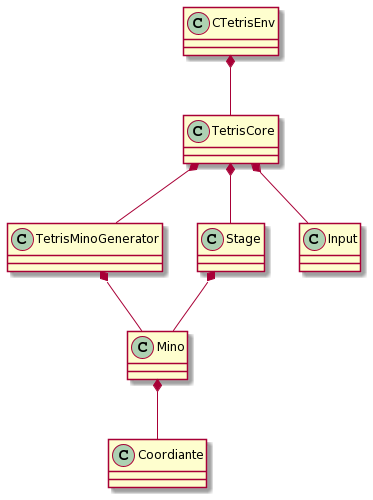
Above: DesignDoc/logic.png in Kensho14/SK2_swing (PlantUML), before the change.
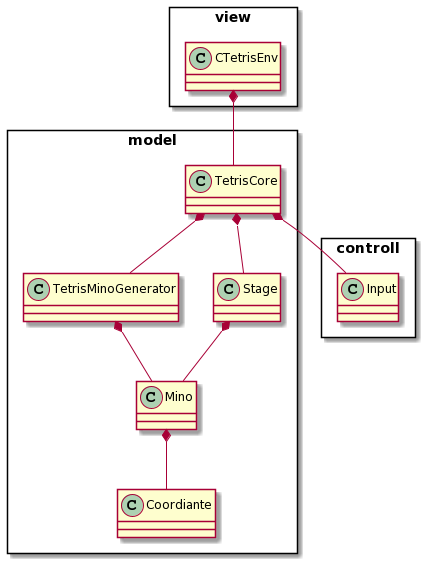
The same file after the commit.

The edit, as a diff of the source:
```diff
@@ -1,11 +1,17 @@
 @startuml
+package view <<Rectangle>> {
 class CTetrisEnv
+}
+package model <<Rectangle>> {
 class TetrisCore
 class Mino
 class TetrisMinoGenerator
 class Stage
 class Coordiante
+}
+package controll <<Rectangle>> {
 class Input
+}
 
 CTetrisEnv *-- TetrisCore
 TetrisCore *-- Stage
```
